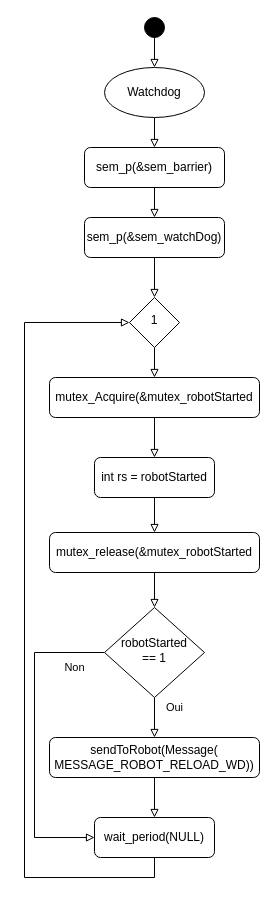
The draw.io diagram Conception/Thread Watchdog.drawio in Rayanem/Temps_reel, before the edit. Source tidied: cells renumbered, new cells numbered last; positions are measured from the earlier drawing's top-left corner, leaving out a move shared by most shapes. Both pictures are drawn from the tidied source at 100%, with x=0, y=0 at pixel (24, 17).
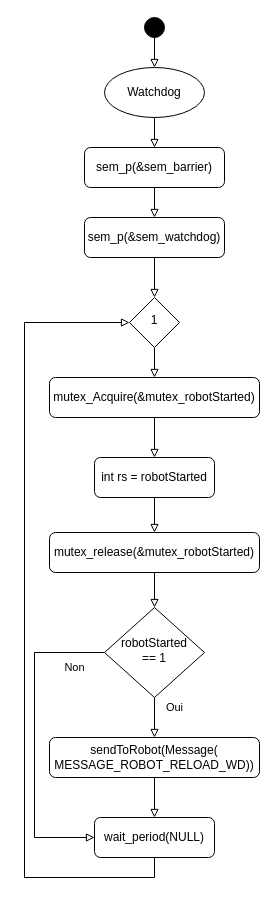
After the change.

The edit, as a diff of the source:
```diff
@@
-    <mxCell id="5" value="mutex_Acquire(&amp;amp;mutex_robotStarted" style="rounded=1;whiteSpace=wrap;html=1;fontSize=12;glass=0;strokeWidth=1;shadow=0;" parent="1" vertex="1">
+    <mxCell id="5" value="mutex_Acquire(&amp;amp;mutex_robotStarted)" style="rounded=1;whiteSpace=wrap;html=1;fontSize=12;glass=0;strokeWidth=1;shadow=0;" parent="1" vertex="1">
       <mxGeometry x="25" y="360" width="210" height="40" as="geometry" />
     </mxCell>
@@
-    <mxCell id="15" value="sem_p(&amp;amp;sem_watchDog)" style="rounded=1;whiteSpace=wrap;html=1;fontSize=12;glass=0;strokeWidth=1;shadow=0;" parent="1" vertex="1">
+    <mxCell id="15" value="sem_p(&amp;amp;sem_watchdog)" style="rounded=1;whiteSpace=wrap;html=1;fontSize=12;glass=0;strokeWidth=1;shadow=0;" parent="1" vertex="1">
       <mxGeometry x="60" y="200" width="140" height="40" as="geometry" />
     </mxCell>
@@
-    <mxCell id="17" value="mutex_release(&amp;amp;mutex_robotStarted" style="rounded=1;whiteSpace=wrap;html=1;fontSize=12;glass=0;strokeWidth=1;shadow=0;" parent="1" vertex="1">
+    <mxCell id="17" value="mutex_release(&amp;amp;mutex_robotStarted)" style="rounded=1;whiteSpace=wrap;html=1;fontSize=12;glass=0;strokeWidth=1;shadow=0;" parent="1" vertex="1">
       <mxGeometry x="25" y="515" width="210" height="40" as="geometry" />
     </mxCell>
```
